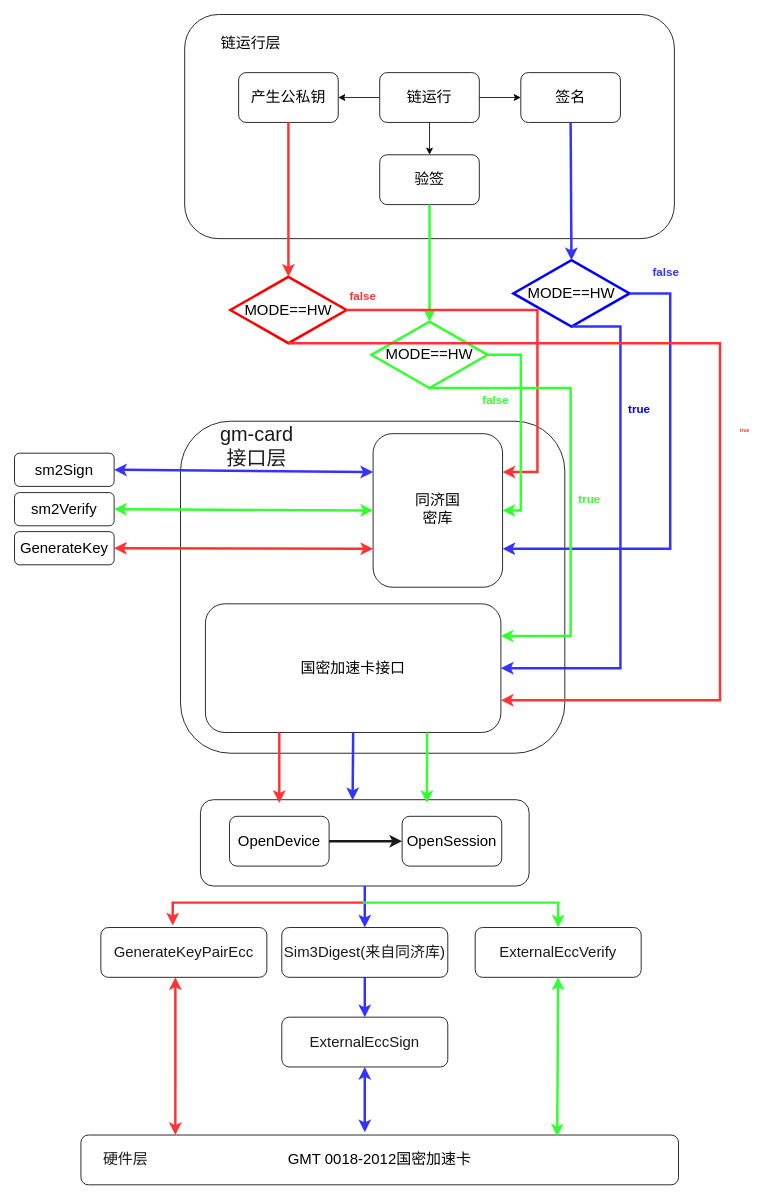
This is Untitled Diagram.drawio from YangXianqi/NLP_Chinese-entroy, a draw.io file, before an edit. Source tidied: cells renumbered, new cells numbered last; positions are measured from the earlier drawing's top-left corner, leaving out a move shared by most shapes. Both pictures are drawn from the tidied source at 83%, with x=0, y=0 at pixel (14, 14).
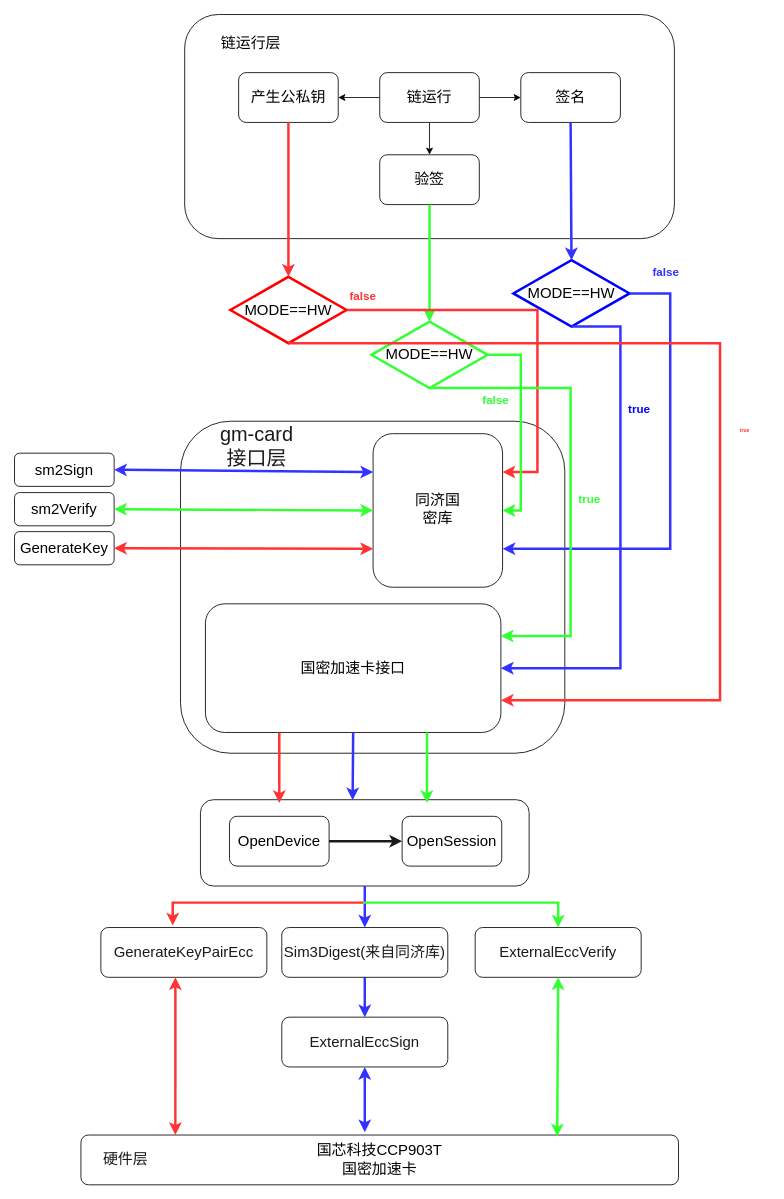
The same page after the edit.

What changed in the source:
```diff
@@
-    <mxCell id="24" value="GMT 0018-2012国密加速卡" style="rounded=1;whiteSpace=wrap;html=1;fontSize=18;" parent="1" vertex="1">
+    <mxCell id="24" value="国芯科技CCP903T&lt;br&gt;国密加速卡" style="rounded=1;whiteSpace=wrap;html=1;fontSize=18;" parent="1" vertex="1">
       <mxGeometry x="80" y="1350" width="720" height="60" as="geometry" />
     </mxCell>
```
